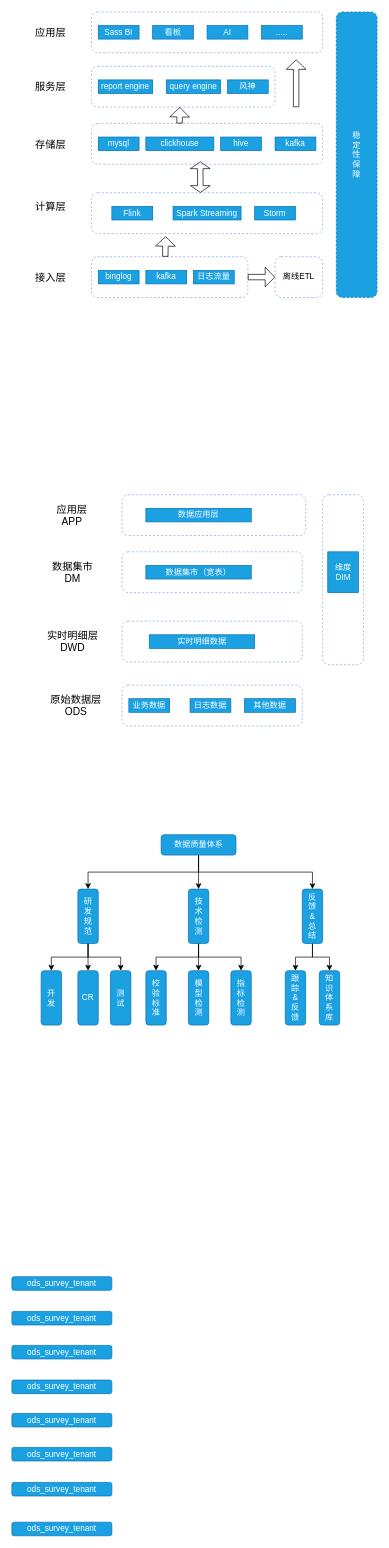
cicelprg/drawio keeps this draw.io diagram as realtime_data_warehouse.drawio. Above is the earlier version. Source tidied: cells renumbered, new cells numbered last; positions are measured from the earlier drawing's top-left corner, leaving out a move shared by most shapes. Both pictures are drawn from the tidied source at 68%, with x=0, y=0 at pixel (12, 12).
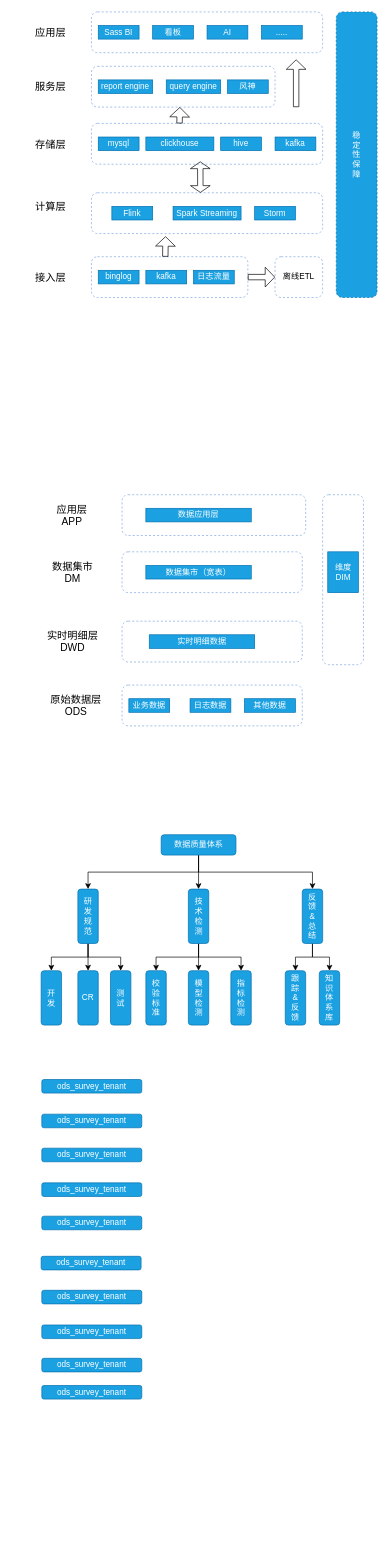
After the change.

The edit, as a diff of the source:
```diff
@@
     <mxCell id="75" value="ods_survey_tenant" style="rounded=1;whiteSpace=wrap;html=1;fillColor=#1ba1e2;strokeColor=#006EAF;fontColor=#ffffff;" parent="1" vertex="1">
-      <mxGeometry y="1860" width="147" height="20" as="geometry" />
+      <mxGeometry x="44" y="1570" width="147" height="20" as="geometry" />
     </mxCell>
     <mxCell id="76" value="ods_survey_tenant" style="rounded=1;whiteSpace=wrap;html=1;fillColor=#1ba1e2;strokeColor=#006EAF;fontColor=#ffffff;" parent="1" vertex="1">
-      <mxGeometry y="1911" width="147" height="20" as="geometry" />
+      <mxGeometry x="44" y="1621" width="147" height="20" as="geometry" />
     </mxCell>
     <mxCell id="77" value="ods_survey_tenant" style="rounded=1;whiteSpace=wrap;html=1;fillColor=#1ba1e2;strokeColor=#006EAF;fontColor=#ffffff;" parent="1" vertex="1">
-      <mxGeometry y="1961" width="147" height="20" as="geometry" />
+      <mxGeometry x="44" y="1671" width="147" height="20" as="geometry" />
     </mxCell>
     <mxCell id="78" value="ods_survey_tenant" style="rounded=1;whiteSpace=wrap;html=1;fillColor=#1ba1e2;strokeColor=#006EAF;fontColor=#ffffff;" parent="1" vertex="1">
-      <mxGeometry y="2012" width="147" height="20" as="geometry" />
+      <mxGeometry x="44" y="1722" width="147" height="20" as="geometry" />
     </mxCell>
     <mxCell id="79" value="ods_survey_tenant" style="rounded=1;whiteSpace=wrap;html=1;fillColor=#1ba1e2;strokeColor=#006EAF;fontColor=#ffffff;" parent="1" vertex="1">
-      <mxGeometry y="2061" width="147" height="20" as="geometry" />
+      <mxGeometry x="44" y="1771" width="147" height="20" as="geometry" />
     </mxCell>
     <mxCell id="80" value="ods_survey_tenant" style="rounded=1;whiteSpace=wrap;html=1;fillColor=#1ba1e2;strokeColor=#006EAF;fontColor=#ffffff;" parent="1" vertex="1">
-      <mxGeometry y="2111" width="147" height="20" as="geometry" />
+      <mxGeometry x="43" y="1830" width="147" height="20" as="geometry" />
     </mxCell>
     <mxCell id="81" value="ods_survey_tenant" style="rounded=1;whiteSpace=wrap;html=1;fillColor=#1ba1e2;strokeColor=#006EAF;fontColor=#ffffff;" parent="1" vertex="1">
-      <mxGeometry y="2162.5" width="147" height="20" as="geometry" />
+      <mxGeometry x="44" y="1880" width="147" height="20" as="geometry" />
     </mxCell>
     <mxCell id="82" value="ods_survey_tenant" style="rounded=1;whiteSpace=wrap;html=1;fillColor=#1ba1e2;strokeColor=#006EAF;fontColor=#ffffff;" parent="1" vertex="1">
-      <mxGeometry y="2221" width="147" height="20" as="geometry" />
+      <mxGeometry x="44" y="1931" width="147" height="20" as="geometry" />
     </mxCell>
+    <mxCell id="83" value="ods_survey_tenant" style="rounded=1;whiteSpace=wrap;html=1;fillColor=#1ba1e2;strokeColor=#006EAF;fontColor=#ffffff;" parent="1" vertex="1">
+      <mxGeometry x="44" y="1980" width="147" height="20" as="geometry" />
+    </mxCell>
+    <mxCell id="84" value="ods_survey_tenant" style="rounded=1;whiteSpace=wrap;html=1;fillColor=#1ba1e2;strokeColor=#006EAF;fontColor=#ffffff;" parent="1" vertex="1">
+      <mxGeometry x="44" y="2020" width="147" height="20" as="geometry" />
+    </mxCell>
```
